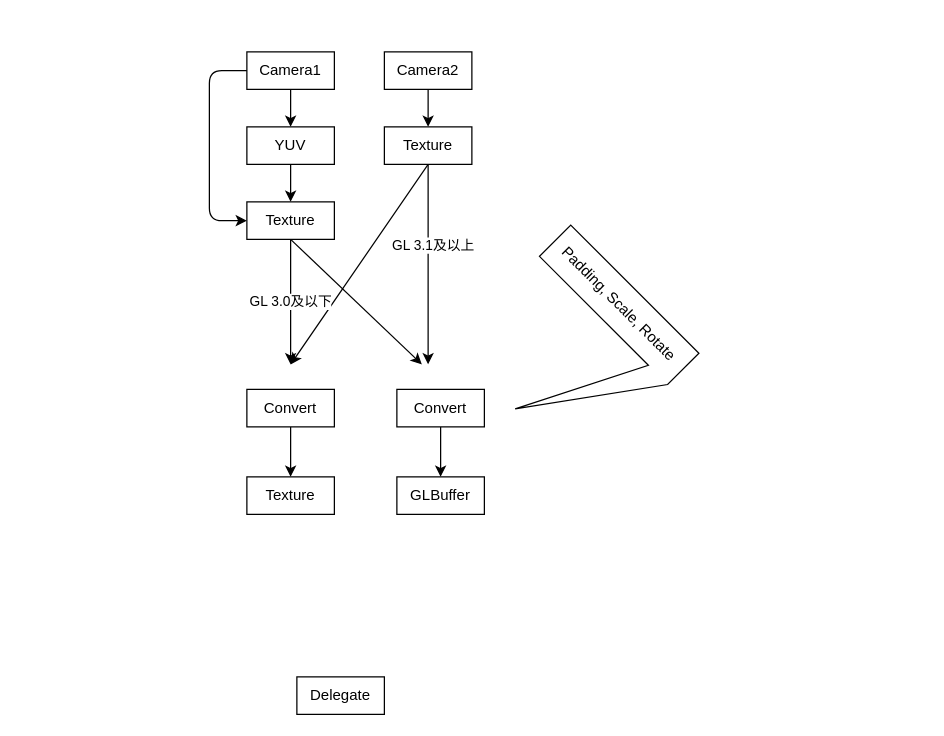
Before: Untitled Diagram.drawio in loleng0803/Doc, a draw.io diagram. Source tidied: cells renumbered, new cells numbered last; positions are measured from the earlier drawing's top-left corner, leaving out a move shared by most shapes. Both pictures are drawn from the tidied source at 125%, with x=0, y=0 at pixel (209, 51).
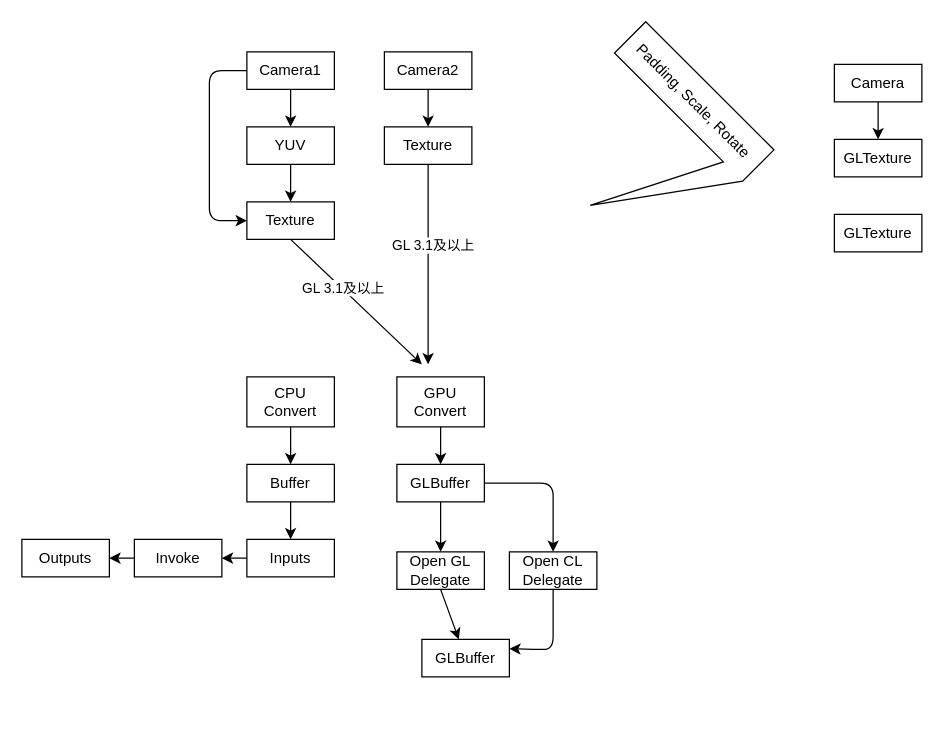
Above is the later version.

The change refers to these unchanged cells:
```xml
<mxCell id="8" value="Texture" style="whiteSpace=wrap;html=1;" parent="1" vertex="1">
  <mxGeometry x="140" y="60" width="70" height="30" as="geometry" />
</mxCell>
<mxCell id="9" value="Texture" style="whiteSpace=wrap;html=1;" parent="1" vertex="1">
  <mxGeometry x="30" y="120" width="70" height="30" as="geometry" />
</mxCell>
<mxCell id="16" style="endArrow=classic;html=1;exitX=0.5;exitY=1;exitDx=0;exitDy=0;" parent="1" edge="1" source="9">
  <mxGeometry relative="1" as="geometry">
    <mxPoint x="170" y="250" as="targetPoint" />
  </mxGeometry>
</mxCell>
```

Change to the diagram source:
```diff
@@
-    <mxCell id="11" value="Convert" style="whiteSpace=wrap;html=1;" parent="1" vertex="1">
-      <mxGeometry x="30" y="270" width="70" height="30" as="geometry" />
+    <mxCell id="11" value="CPU Convert" style="whiteSpace=wrap;html=1;" parent="1" vertex="1">
+      <mxGeometry x="30" y="260" width="70" height="40" as="geometry" />
     </mxCell>
@@
-    <mxCell id="13" value="Convert" style="whiteSpace=wrap;html=1;" parent="1" vertex="1">
-      <mxGeometry x="150" y="270" width="70" height="30" as="geometry" />
+    <mxCell id="13" value="GPU Convert" style="whiteSpace=wrap;html=1;" parent="1" vertex="1">
+      <mxGeometry x="150" y="260" width="70" height="40" as="geometry" />
     </mxCell>
-    <mxCell id="14" style="endArrow=classic;html=1;exitX=0.5;exitY=1;exitDx=0;exitDy=0;" parent="1" edge="1" source="8">
-      <mxGeometry relative="1" as="geometry">
-        <mxPoint x="65" y="250" as="targetPoint" />
-      </mxGeometry>
-    </mxCell>
-    <mxCell id="15" value="GL 3.0及以下" style="endArrow=classic;html=1;exitX=0.5;exitY=1;exitDx=0;exitDy=0;" parent="1" edge="1" source="9">
-      <mxGeometry relative="1" as="geometry">
-        <mxPoint x="65" y="250" as="targetPoint" />
-      </mxGeometry>
-    </mxCell>
@@
+    <mxCell id="24" value="GL 3.1及以上" style="edgeLabel;html=1;align=center;verticalAlign=middle;" parent="16" vertex="1">
+      <mxGeometry x="-0.21" y="1" relative="1" as="geometry" />
+    </mxCell>
@@
-    <mxCell id="19" value="Texture" style="whiteSpace=wrap;html=1;" parent="1" vertex="1">
-      <mxGeometry x="30" y="340" width="70" height="30" as="geometry" />
+    <mxCell id="19" value="Buffer" style="whiteSpace=wrap;html=1;" parent="1" vertex="1">
+      <mxGeometry x="30" y="330" width="70" height="30" as="geometry" />
     </mxCell>
     <mxCell id="20" value="GLBuffer" style="whiteSpace=wrap;html=1;" parent="1" vertex="1">
-      <mxGeometry x="150" y="340" width="70" height="30" as="geometry" />
+      <mxGeometry x="150" y="330" width="70" height="30" as="geometry" />
     </mxCell>
@@
     <mxCell id="22" value="Padding, Scale, Rotate" style="shape=callout;whiteSpace=wrap;html=1;perimeter=calloutPerimeter;rotation=45;size=100;position=0.85;base=31;" parent="1" vertex="1">
-      <mxGeometry x="220" y="170" width="145" height="135.4" as="geometry" />
+      <mxGeometry x="280" y="7.3" width="145" height="135.4" as="geometry" />
     </mxCell>
-    <mxCell id="23" value="Delegate" style="whiteSpace=wrap;html=1;" parent="1" vertex="1">
-      <mxGeometry x="70" y="500" width="70" height="30" as="geometry" />
+    <mxCell id="23" value="Open GL Delegate" style="whiteSpace=wrap;html=1;" parent="1" vertex="1">
+      <mxGeometry x="150" y="400" width="70" height="30" as="geometry" />
     </mxCell>
+    <mxCell id="25" style="edgeStyle=orthogonalEdgeStyle;rounded=0;jettySize=auto;html=1;" parent="1" edge="1" source="26" target="27">
+      <mxGeometry relative="1" as="geometry" />
+    </mxCell>
+    <mxCell id="26" value="Camera" style="whiteSpace=wrap;html=1;" parent="1" vertex="1">
+      <mxGeometry x="500" y="10" width="70" height="30" as="geometry" />
+    </mxCell>
+    <mxCell id="27" value="GLTexture" style="whiteSpace=wrap;html=1;" parent="1" vertex="1">
+      <mxGeometry x="500" y="70" width="70" height="30" as="geometry" />
+    </mxCell>
+    <mxCell id="28" value="GLTexture" style="whiteSpace=wrap;html=1;" parent="1" vertex="1">
+      <mxGeometry x="500" y="130" width="70" height="30" as="geometry" />
+    </mxCell>
+    <mxCell id="29" value="Open CL Delegate" style="whiteSpace=wrap;html=1;" parent="1" vertex="1">
+      <mxGeometry x="240" y="400" width="70" height="30" as="geometry" />
+    </mxCell>
+    <mxCell id="30" value="Inputs" style="whiteSpace=wrap;html=1;" parent="1" vertex="1">
+      <mxGeometry x="30" y="390" width="70" height="30" as="geometry" />
+    </mxCell>
+    <mxCell id="31" value="Invoke" style="whiteSpace=wrap;html=1;" parent="1" vertex="1">
+      <mxGeometry x="-60" y="390" width="70" height="30" as="geometry" />
+    </mxCell>
+    <mxCell id="32" value="Outputs" style="whiteSpace=wrap;html=1;" parent="1" vertex="1">
+      <mxGeometry x="-150" y="390" width="70" height="30" as="geometry" />
+    </mxCell>
+    <mxCell id="33" style="endArrow=classic;html=1;exitX=0.5;exitY=1;exitDx=0;exitDy=0;entryX=0.5;entryY=0;entryDx=0;entryDy=0;" parent="1" edge="1" source="20" target="23">
+      <mxGeometry relative="1" as="geometry" />
+    </mxCell>
+    <mxCell id="34" style="edgeStyle=segmentEdgeStyle;endArrow=classic;html=1;exitX=1;exitY=0.5;exitDx=0;exitDy=0;entryX=0.5;entryY=0;entryDx=0;entryDy=0;" parent="1" edge="1" source="20" target="29">
+      <mxGeometry relative="1" as="geometry" />
+    </mxCell>
+    <mxCell id="35" style="endArrow=classic;html=1;exitX=0.5;exitY=1;exitDx=0;exitDy=0;" parent="1" edge="1" source="23" target="36">
+      <mxGeometry relative="1" as="geometry" />
+    </mxCell>
+    <mxCell id="36" value="GLBuffer" style="whiteSpace=wrap;html=1;" parent="1" vertex="1">
+      <mxGeometry x="170" y="470" width="70" height="30" as="geometry" />
+    </mxCell>
+    <mxCell id="37" style="edgeStyle=segmentEdgeStyle;endArrow=classic;html=1;exitX=0.5;exitY=1;exitDx=0;exitDy=0;entryX=1;entryY=0.25;entryDx=0;entryDy=0;" parent="1" edge="1" source="29" target="36">
+      <mxGeometry relative="1" as="geometry">
+        <Array as="points">
+          <mxPoint x="275" y="478" />
+          <mxPoint x="260" y="478" />
+        </Array>
+      </mxGeometry>
+    </mxCell>
+    <mxCell id="38" style="endArrow=classic;html=1;exitX=0.5;exitY=1;exitDx=0;exitDy=0;" parent="1" edge="1" source="19" target="30">
+      <mxGeometry relative="1" as="geometry" />
+    </mxCell>
+    <mxCell id="39" style="endArrow=classic;html=1;exitX=0;exitY=0.5;exitDx=0;exitDy=0;" parent="1" edge="1" source="30" target="31">
+      <mxGeometry relative="1" as="geometry" />
+    </mxCell>
+    <mxCell id="40" style="endArrow=classic;html=1;exitX=0;exitY=0.5;exitDx=0;exitDy=0;entryX=1;entryY=0.5;entryDx=0;entryDy=0;" parent="1" edge="1" source="31" target="32">
+      <mxGeometry relative="1" as="geometry" />
+    </mxCell>
```
